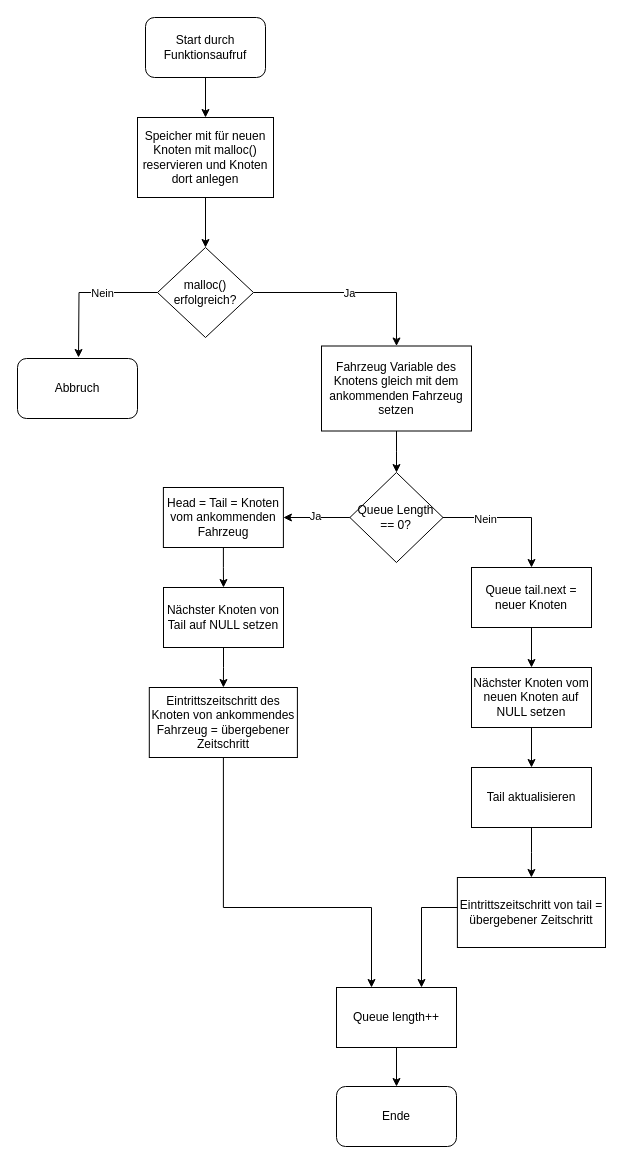
The draw.io diagram Flussdiagramm_Queue_enqueue.drawio in roman-benz/Parkhaussimulation, before the edit. Source tidied: cells renumbered, new cells numbered last; positions are measured from the earlier drawing's top-left corner, leaving out a move shared by most shapes. Both pictures are drawn from the tidied source at 100%, with x=0, y=0 at pixel (17, 17).
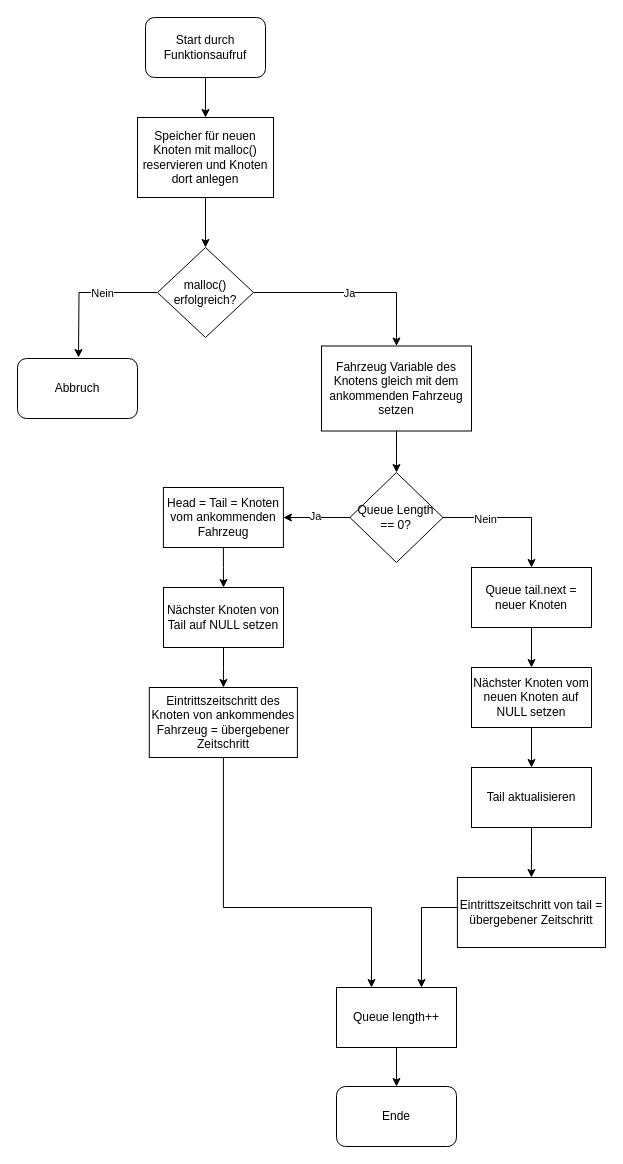
The same diagram, later.

Commit message (it also covers changes not shown here):
Updated grammatical issue

The edit, as a diff of the source:
```diff
@@
-    <mxCell id="5" value="Speicher mit für neuen Knoten mit malloc() reservieren und Knoten dort anlegen" style="rounded=0;whiteSpace=wrap;html=1;" parent="1" vertex="1">
+    <mxCell id="5" value="Speicher für neuen Knoten mit malloc() reservieren und Knoten dort anlegen" style="rounded=0;whiteSpace=wrap;html=1;" parent="1" vertex="1">
       <mxGeometry x="120" y="100" width="136" height="80" as="geometry" />
     </mxCell>
```
